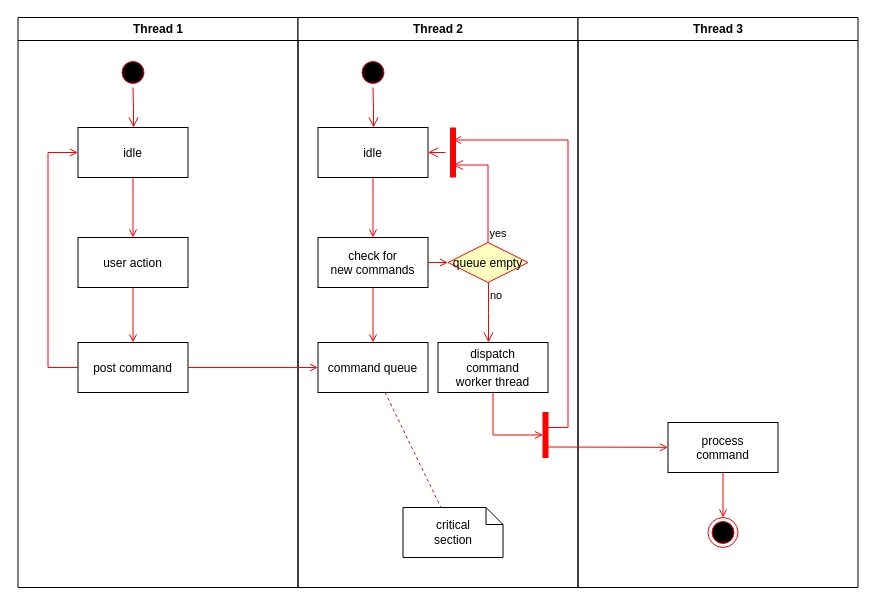
Above: SwimlaneIBIS.drawio in LastMinuteBanter/DistinctionTaskUML (draw.io), before the change. Source tidied: cells renumbered, new cells numbered last; positions are measured from the earlier drawing's top-left corner, leaving out a move shared by most shapes. Both pictures are drawn from the tidied source at 100%, with x=0, y=0 at pixel (17, 17).
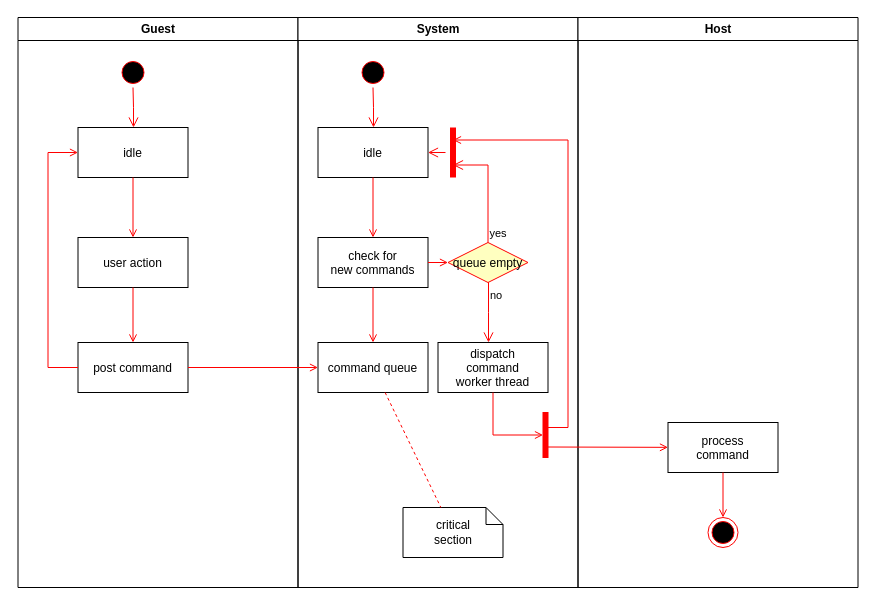
Above is the later version.

Change to the diagram source:
```diff
@@
-    <mxCell id="2" value="Thread 1" style="swimlane;whiteSpace=wrap;" parent="1" vertex="1">
+    <mxCell id="2" value="Guest" style="swimlane;whiteSpace=wrap;" parent="1" vertex="1">
       <mxGeometry x="0.5" width="280" height="570" as="geometry" />
     </mxCell>
@@
-    <mxCell id="11" value="Thread 2" style="swimlane;whiteSpace=wrap;" parent="1" vertex="1">
+    <mxCell id="11" value="System" style="swimlane;whiteSpace=wrap;startSize=23;" parent="1" vertex="1">
       <mxGeometry x="280.5" width="280" height="570" as="geometry" />
     </mxCell>
@@
-    <mxCell id="30" value="Thread 3" style="swimlane;whiteSpace=wrap;" parent="1" vertex="1">
+    <mxCell id="30" value="Host" style="swimlane;whiteSpace=wrap;startSize=23;" parent="1" vertex="1">
       <mxGeometry x="560.5" width="280" height="570" as="geometry" />
     </mxCell>
```
